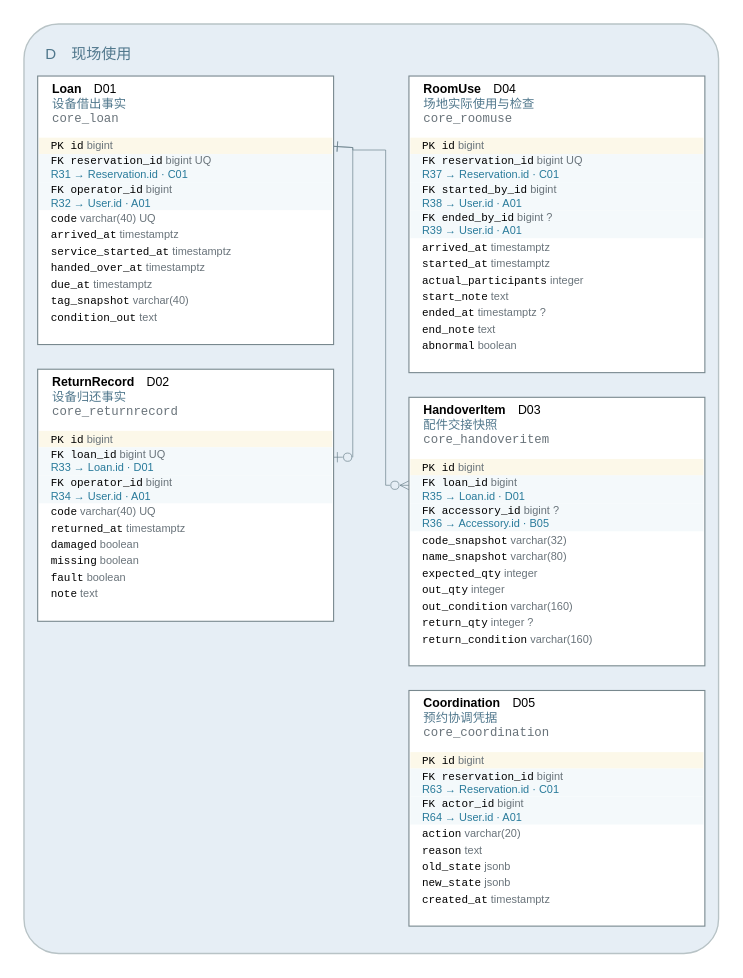
yvming67-gif/campus-lab-equipment-manager keeps this draw.io diagram as models/图形源文件/图D-5-现场使用ERD.drawio. Above is the earlier version. Source tidied: cells renumbered, new cells numbered last; positions are measured from the earlier drawing's top-left corner, leaving out a move shared by most shapes. Both pictures are drawn from the tidied source at 137%, with x=0, y=0 at pixel (23, 23).
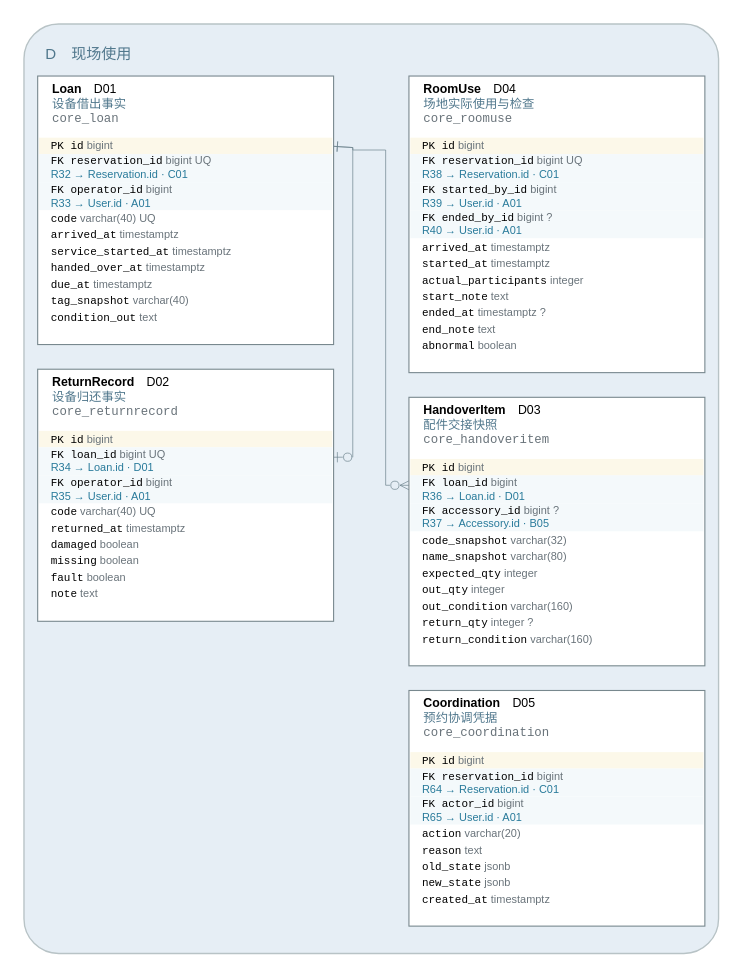
The same page after the edit.

The change refers to these unchanged cells:
```xml
<mxCell id="6" style="rounded=0;fillColor=#ffffff;strokeColor=#78888e;strokeWidth=0.8;" parent="3" vertex="1">
  <mxGeometry x="10" y="38" width="216" height="196" as="geometry" />
</mxCell>
<mxCell id="18" style="rounded=0;fillColor=#ffffff;strokeColor=#78888e;strokeWidth=0.8;" parent="3" vertex="1">
  <mxGeometry x="10" y="252" width="216" height="184" as="geometry" />
</mxCell>
<mxCell id="29" style="rounded=0;fillColor=#ffffff;strokeColor=#78888e;strokeWidth=0.8;" parent="3" vertex="1">
  <mxGeometry x="281" y="38" width="216" height="216.5" as="geometry" />
</mxCell>
<mxCell id="42" style="rounded=0;fillColor=#ffffff;strokeColor=#78888e;strokeWidth=0.8;" parent="3" vertex="1">
  <mxGeometry x="281" y="272.5" width="216" height="196" as="geometry" />
</mxCell>
<mxCell id="54" style="rounded=0;fillColor=#ffffff;strokeColor=#78888e;strokeWidth=0.8;" parent="3" vertex="1">
  <mxGeometry x="281" y="486.5" width="216" height="172" as="geometry" />
</mxCell>
```

Diff of the diagram source:
```diff
@@
-    <mxCell id="9" value="&lt;font face='Consolas'&gt;FK reservation_id&lt;/font&gt; &lt;font color='#69737a'&gt;bigint UQ&lt;/font&gt;&lt;br/&gt;&lt;font color='#287a9a'&gt;R31 → Reservation.id · C01&lt;/font&gt;" style="text;html=1;whiteSpace=wrap;fillColor=#f4f9fb;strokeColor=none;align=left;verticalAlign=middle;spacingLeft=7;fontSize=8;fontFamily=Microsoft YaHei;" parent="6" vertex="1">
+    <mxCell id="9" value="&lt;font face='Consolas'&gt;FK reservation_id&lt;/font&gt; &lt;font color='#69737a'&gt;bigint UQ&lt;/font&gt;&lt;br/&gt;&lt;font color='#287a9a'&gt;R32 → Reservation.id · C01&lt;/font&gt;" style="text;html=1;whiteSpace=wrap;fillColor=#f4f9fb;strokeColor=none;align=left;verticalAlign=middle;spacingLeft=7;fontSize=8;fontFamily=Microsoft YaHei;" parent="6" vertex="1">
       <mxGeometry x="1" y="57" width="214" height="20.5" as="geometry" />
     </mxCell>
-    <mxCell id="10" value="&lt;font face='Consolas'&gt;FK operator_id&lt;/font&gt; &lt;font color='#69737a'&gt;bigint&lt;/font&gt;&lt;br/&gt;&lt;font color='#287a9a'&gt;R32 → User.id · A01&lt;/font&gt;" style="text;html=1;whiteSpace=wrap;fillColor=#f4f9fb;strokeColor=none;align=left;verticalAlign=middle;spacingLeft=7;fontSize=8;fontFamily=Microsoft YaHei;" parent="6" vertex="1">
+    <mxCell id="10" value="&lt;font face='Consolas'&gt;FK operator_id&lt;/font&gt; &lt;font color='#69737a'&gt;bigint&lt;/font&gt;&lt;br/&gt;&lt;font color='#287a9a'&gt;R33 → User.id · A01&lt;/font&gt;" style="text;html=1;whiteSpace=wrap;fillColor=#f4f9fb;strokeColor=none;align=left;verticalAlign=middle;spacingLeft=7;fontSize=8;fontFamily=Microsoft YaHei;" parent="6" vertex="1">
       <mxGeometry x="1" y="77.5" width="214" height="20.5" as="geometry" />
     </mxCell>
@@
-    <mxCell id="21" value="&lt;font face='Consolas'&gt;FK loan_id&lt;/font&gt; &lt;font color='#69737a'&gt;bigint UQ&lt;/font&gt;&lt;br/&gt;&lt;font color='#287a9a'&gt;R33 → Loan.id · D01&lt;/font&gt;" style="text;html=1;whiteSpace=wrap;fillColor=#f4f9fb;strokeColor=none;align=left;verticalAlign=middle;spacingLeft=7;fontSize=8;fontFamily=Microsoft YaHei;" parent="18" vertex="1">
+    <mxCell id="21" value="&lt;font face='Consolas'&gt;FK loan_id&lt;/font&gt; &lt;font color='#69737a'&gt;bigint UQ&lt;/font&gt;&lt;br/&gt;&lt;font color='#287a9a'&gt;R34 → Loan.id · D01&lt;/font&gt;" style="text;html=1;whiteSpace=wrap;fillColor=#f4f9fb;strokeColor=none;align=left;verticalAlign=middle;spacingLeft=7;fontSize=8;fontFamily=Microsoft YaHei;" parent="18" vertex="1">
       <mxGeometry x="1" y="57" width="214" height="20.5" as="geometry" />
     </mxCell>
-    <mxCell id="22" value="&lt;font face='Consolas'&gt;FK operator_id&lt;/font&gt; &lt;font color='#69737a'&gt;bigint&lt;/font&gt;&lt;br/&gt;&lt;font color='#287a9a'&gt;R34 → User.id · A01&lt;/font&gt;" style="text;html=1;whiteSpace=wrap;fillColor=#f4f9fb;strokeColor=none;align=left;verticalAlign=middle;spacingLeft=7;fontSize=8;fontFamily=Microsoft YaHei;" parent="18" vertex="1">
+    <mxCell id="22" value="&lt;font face='Consolas'&gt;FK operator_id&lt;/font&gt; &lt;font color='#69737a'&gt;bigint&lt;/font&gt;&lt;br/&gt;&lt;font color='#287a9a'&gt;R35 → User.id · A01&lt;/font&gt;" style="text;html=1;whiteSpace=wrap;fillColor=#f4f9fb;strokeColor=none;align=left;verticalAlign=middle;spacingLeft=7;fontSize=8;fontFamily=Microsoft YaHei;" parent="18" vertex="1">
       <mxGeometry x="1" y="77.5" width="214" height="20.5" as="geometry" />
     </mxCell>
@@
-    <mxCell id="32" value="&lt;font face='Consolas'&gt;FK reservation_id&lt;/font&gt; &lt;font color='#69737a'&gt;bigint UQ&lt;/font&gt;&lt;br/&gt;&lt;font color='#287a9a'&gt;R37 → Reservation.id · C01&lt;/font&gt;" style="text;html=1;whiteSpace=wrap;fillColor=#f4f9fb;strokeColor=none;align=left;verticalAlign=middle;spacingLeft=7;fontSize=8;fontFamily=Microsoft YaHei;" parent="29" vertex="1">
+    <mxCell id="32" value="&lt;font face='Consolas'&gt;FK reservation_id&lt;/font&gt; &lt;font color='#69737a'&gt;bigint UQ&lt;/font&gt;&lt;br/&gt;&lt;font color='#287a9a'&gt;R38 → Reservation.id · C01&lt;/font&gt;" style="text;html=1;whiteSpace=wrap;fillColor=#f4f9fb;strokeColor=none;align=left;verticalAlign=middle;spacingLeft=7;fontSize=8;fontFamily=Microsoft YaHei;" parent="29" vertex="1">
       <mxGeometry x="1" y="57" width="214" height="20.5" as="geometry" />
     </mxCell>
-    <mxCell id="33" value="&lt;font face='Consolas'&gt;FK started_by_id&lt;/font&gt; &lt;font color='#69737a'&gt;bigint&lt;/font&gt;&lt;br/&gt;&lt;font color='#287a9a'&gt;R38 → User.id · A01&lt;/font&gt;" style="text;html=1;whiteSpace=wrap;fillColor=#f4f9fb;strokeColor=none;align=left;verticalAlign=middle;spacingLeft=7;fontSize=8;fontFamily=Microsoft YaHei;" parent="29" vertex="1">
+    <mxCell id="33" value="&lt;font face='Consolas'&gt;FK started_by_id&lt;/font&gt; &lt;font color='#69737a'&gt;bigint&lt;/font&gt;&lt;br/&gt;&lt;font color='#287a9a'&gt;R39 → User.id · A01&lt;/font&gt;" style="text;html=1;whiteSpace=wrap;fillColor=#f4f9fb;strokeColor=none;align=left;verticalAlign=middle;spacingLeft=7;fontSize=8;fontFamily=Microsoft YaHei;" parent="29" vertex="1">
       <mxGeometry x="1" y="77.5" width="214" height="20.5" as="geometry" />
     </mxCell>
-    <mxCell id="34" value="&lt;font face='Consolas'&gt;FK ended_by_id&lt;/font&gt; &lt;font color='#69737a'&gt;bigint ?&lt;/font&gt;&lt;br/&gt;&lt;font color='#287a9a'&gt;R39 → User.id · A01&lt;/font&gt;" style="text;html=1;whiteSpace=wrap;fillColor=#f4f9fb;strokeColor=none;align=left;verticalAlign=middle;spacingLeft=7;fontSize=8;fontFamily=Microsoft YaHei;" parent="29" vertex="1">
+    <mxCell id="34" value="&lt;font face='Consolas'&gt;FK ended_by_id&lt;/font&gt; &lt;font color='#69737a'&gt;bigint ?&lt;/font&gt;&lt;br/&gt;&lt;font color='#287a9a'&gt;R40 → User.id · A01&lt;/font&gt;" style="text;html=1;whiteSpace=wrap;fillColor=#f4f9fb;strokeColor=none;align=left;verticalAlign=middle;spacingLeft=7;fontSize=8;fontFamily=Microsoft YaHei;" parent="29" vertex="1">
       <mxGeometry x="1" y="98" width="214" height="20.5" as="geometry" />
     </mxCell>
@@
-    <mxCell id="45" value="&lt;font face='Consolas'&gt;FK loan_id&lt;/font&gt; &lt;font color='#69737a'&gt;bigint&lt;/font&gt;&lt;br/&gt;&lt;font color='#287a9a'&gt;R35 → Loan.id · D01&lt;/font&gt;" style="text;html=1;whiteSpace=wrap;fillColor=#f4f9fb;strokeColor=none;align=left;verticalAlign=middle;spacingLeft=7;fontSize=8;fontFamily=Microsoft YaHei;" parent="42" vertex="1">
+    <mxCell id="45" value="&lt;font face='Consolas'&gt;FK loan_id&lt;/font&gt; &lt;font color='#69737a'&gt;bigint&lt;/font&gt;&lt;br/&gt;&lt;font color='#287a9a'&gt;R36 → Loan.id · D01&lt;/font&gt;" style="text;html=1;whiteSpace=wrap;fillColor=#f4f9fb;strokeColor=none;align=left;verticalAlign=middle;spacingLeft=7;fontSize=8;fontFamily=Microsoft YaHei;" parent="42" vertex="1">
       <mxGeometry x="1" y="57" width="214" height="20.5" as="geometry" />
     </mxCell>
-    <mxCell id="46" value="&lt;font face='Consolas'&gt;FK accessory_id&lt;/font&gt; &lt;font color='#69737a'&gt;bigint ?&lt;/font&gt;&lt;br/&gt;&lt;font color='#287a9a'&gt;R36 → Accessory.id · B05&lt;/font&gt;" style="text;html=1;whiteSpace=wrap;fillColor=#f4f9fb;strokeColor=none;align=left;verticalAlign=middle;spacingLeft=7;fontSize=8;fontFamily=Microsoft YaHei;" parent="42" vertex="1">
+    <mxCell id="46" value="&lt;font face='Consolas'&gt;FK accessory_id&lt;/font&gt; &lt;font color='#69737a'&gt;bigint ?&lt;/font&gt;&lt;br/&gt;&lt;font color='#287a9a'&gt;R37 → Accessory.id · B05&lt;/font&gt;" style="text;html=1;whiteSpace=wrap;fillColor=#f4f9fb;strokeColor=none;align=left;verticalAlign=middle;spacingLeft=7;fontSize=8;fontFamily=Microsoft YaHei;" parent="42" vertex="1">
       <mxGeometry x="1" y="77.5" width="214" height="20.5" as="geometry" />
     </mxCell>
@@
-    <mxCell id="57" value="&lt;font face='Consolas'&gt;FK reservation_id&lt;/font&gt; &lt;font color='#69737a'&gt;bigint&lt;/font&gt;&lt;br/&gt;&lt;font color='#287a9a'&gt;R63 → Reservation.id · C01&lt;/font&gt;" style="text;html=1;whiteSpace=wrap;fillColor=#f4f9fb;strokeColor=none;align=left;verticalAlign=middle;spacingLeft=7;fontSize=8;fontFamily=Microsoft YaHei;" parent="54" vertex="1">
+    <mxCell id="57" value="&lt;font face='Consolas'&gt;FK reservation_id&lt;/font&gt; &lt;font color='#69737a'&gt;bigint&lt;/font&gt;&lt;br/&gt;&lt;font color='#287a9a'&gt;R64 → Reservation.id · C01&lt;/font&gt;" style="text;html=1;whiteSpace=wrap;fillColor=#f4f9fb;strokeColor=none;align=left;verticalAlign=middle;spacingLeft=7;fontSize=8;fontFamily=Microsoft YaHei;" parent="54" vertex="1">
       <mxGeometry x="1" y="57" width="214" height="20.5" as="geometry" />
     </mxCell>
-    <mxCell id="58" value="&lt;font face='Consolas'&gt;FK actor_id&lt;/font&gt; &lt;font color='#69737a'&gt;bigint&lt;/font&gt;&lt;br/&gt;&lt;font color='#287a9a'&gt;R64 → User.id · A01&lt;/font&gt;" style="text;html=1;whiteSpace=wrap;fillColor=#f4f9fb;strokeColor=none;align=left;verticalAlign=middle;spacingLeft=7;fontSize=8;fontFamily=Microsoft YaHei;" parent="54" vertex="1">
+    <mxCell id="58" value="&lt;font face='Consolas'&gt;FK actor_id&lt;/font&gt; &lt;font color='#69737a'&gt;bigint&lt;/font&gt;&lt;br/&gt;&lt;font color='#287a9a'&gt;R65 → User.id · A01&lt;/font&gt;" style="text;html=1;whiteSpace=wrap;fillColor=#f4f9fb;strokeColor=none;align=left;verticalAlign=middle;spacingLeft=7;fontSize=8;fontFamily=Microsoft YaHei;" parent="54" vertex="1">
       <mxGeometry x="1" y="77.5" width="214" height="20.5" as="geometry" />
     </mxCell>
```
